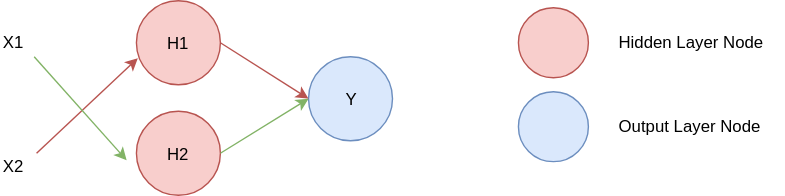
The draw.io diagram images/XOR Neural Network.svg in Ema93sh/ema93sh.github.io, before a commit. Source tidied: cells renumbered, new cells last; positions are measured from the earlier drawing's top-left corner, leaving out a move shared by most shapes.
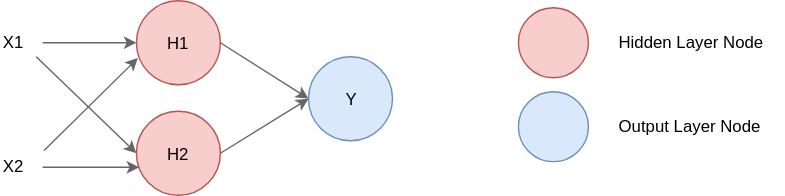
After the commit.

What changed in the source:
```diff
@@ -17,18 +17,16 @@
     <mxCell id="6" value="Y" style="ellipse;whiteSpace=wrap;html=1;fillColor=#dae8fc;strokeColor=#6c8ebf;" parent="1" vertex="1">
       <mxGeometry x="220" y="40" width="60" height="60" as="geometry" />
     </mxCell>
-    <mxCell id="7" style="endArrow=classic;html=1;entryX=0.017;entryY=0.683;entryPerimeter=0;fillColor=#f8cecc;strokeColor=#b85450;gradientColor=#ea6b66;" parent="1" edge="1" source="5" target="2">
+    <mxCell id="7" style="endArrow=classic;html=1;entryX=0.017;entryY=0.683;entryPerimeter=0;fillColor=#f5f5f5;strokeColor=#666666;gradientColor=#b3b3b3;exitX=-0.1;exitY=-0.033;exitPerimeter=0;" parent="1" edge="1" source="5" target="2">
       <mxGeometry relative="1" as="geometry" />
     </mxCell>
-    <mxCell id="8" style="endArrow=classic;html=1;fillColor=#d5e8d4;strokeColor=#82b366;gradientColor=#97d077;" parent="1" edge="1" source="4">
-      <mxGeometry relative="1" as="geometry">
-        <mxPoint x="90" y="114" as="targetPoint" />
-      </mxGeometry>
+    <mxCell id="8" style="endArrow=classic;html=1;fillColor=#f5f5f5;strokeColor=#666666;gradientColor=#b3b3b3;entryX=0;entryY=0.5;" parent="1" edge="1" source="4" target="3">
+      <mxGeometry relative="1" as="geometry" />
     </mxCell>
-    <mxCell id="9" style="endArrow=classic;html=1;entryX=0;entryY=0.5;exitX=1;exitY=0.5;fillColor=#f8cecc;strokeColor=#b85450;gradientColor=#ea6b66;" parent="1" edge="1" source="2" target="6">
+    <mxCell id="9" style="endArrow=classic;html=1;entryX=0;entryY=0.5;exitX=1;exitY=0.5;fillColor=#f5f5f5;strokeColor=#666666;gradientColor=#b3b3b3;" parent="1" edge="1" source="2" target="6">
       <mxGeometry relative="1" as="geometry" />
     </mxCell>
-    <mxCell id="10" style="endArrow=classic;html=1;entryX=0;entryY=0.5;exitX=1;exitY=0.5;fillColor=#d5e8d4;strokeColor=#82b366;gradientColor=#97d077;" parent="1" edge="1" source="3" target="6">
+    <mxCell id="10" style="endArrow=classic;html=1;entryX=0;entryY=0.5;exitX=1;exitY=0.5;fillColor=#f5f5f5;strokeColor=#666666;gradientColor=#b3b3b3;" parent="1" edge="1" source="3" target="6">
       <mxGeometry relative="1" as="geometry" />
     </mxCell>
     <mxCell id="11" style="ellipse;whiteSpace=wrap;html=1;fillColor=#f8cecc;strokeColor=#b85450;" parent="1" vertex="1">
@@ -46,5 +44,11 @@
     <mxCell id="15" value="Output Layer Node" style="text;html=1;align=left;verticalAlign=top;spacingTop=-4;" parent="1" vertex="1">
       <mxGeometry x="440" y="80" width="120" height="20" as="geometry" />
     </mxCell>
+    <mxCell id="16" style="endArrow=classic;html=1;fillColor=#f5f5f5;strokeColor=#666666;gradientColor=#b3b3b3;" parent="1" edge="1" source="4" target="2">
+      <mxGeometry relative="1" as="geometry" />
+    </mxCell>
+    <mxCell id="17" style="endArrow=classic;html=1;fillColor=#f5f5f5;strokeColor=#666666;gradientColor=#b3b3b3;entryX=0.033;entryY=0.667;entryPerimeter=0;" parent="1" edge="1" source="5" target="3">
+      <mxGeometry relative="1" as="geometry" />
+    </mxCell>
   </root>
 </mxGraphModel>
```
